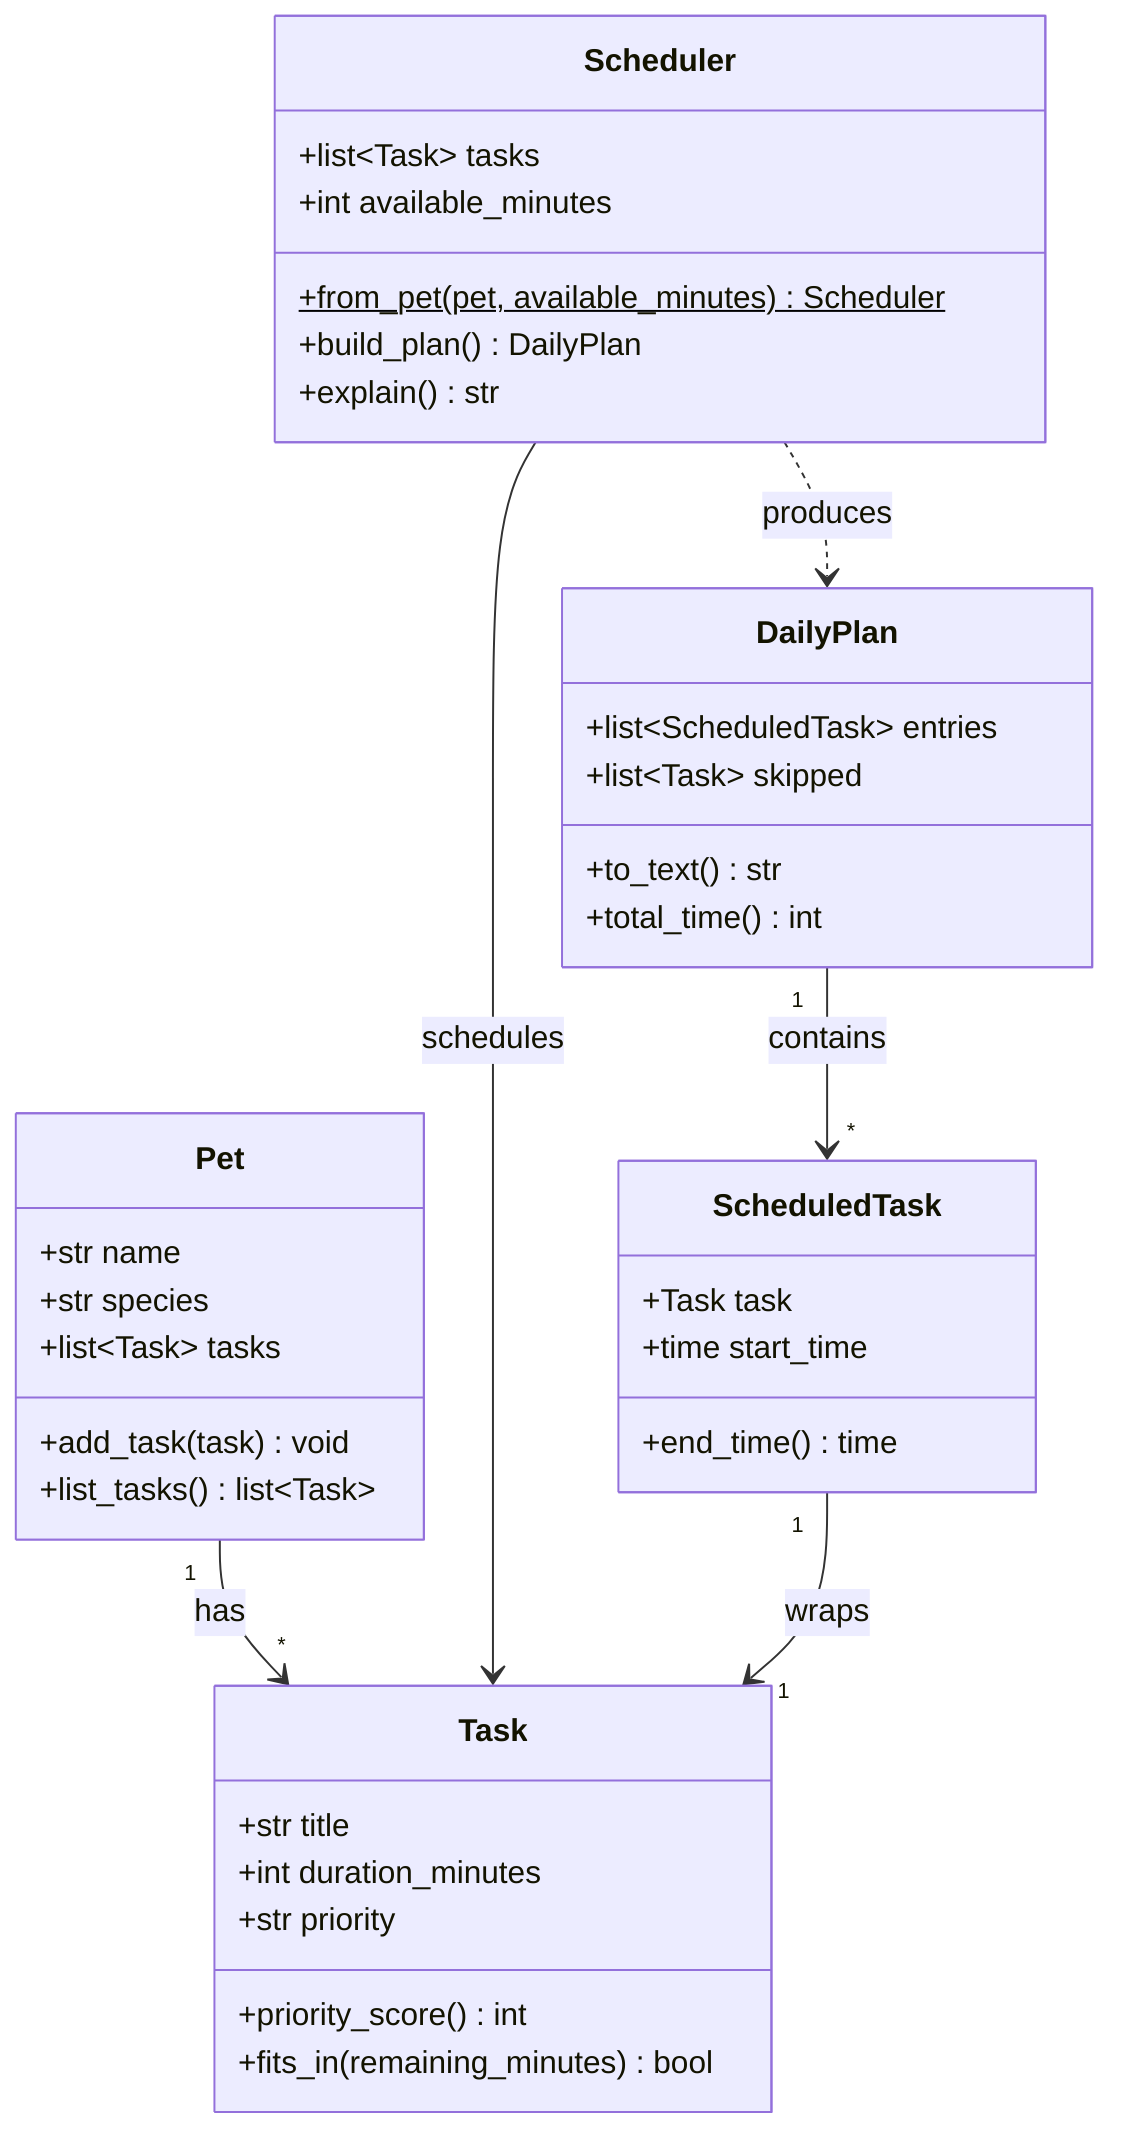
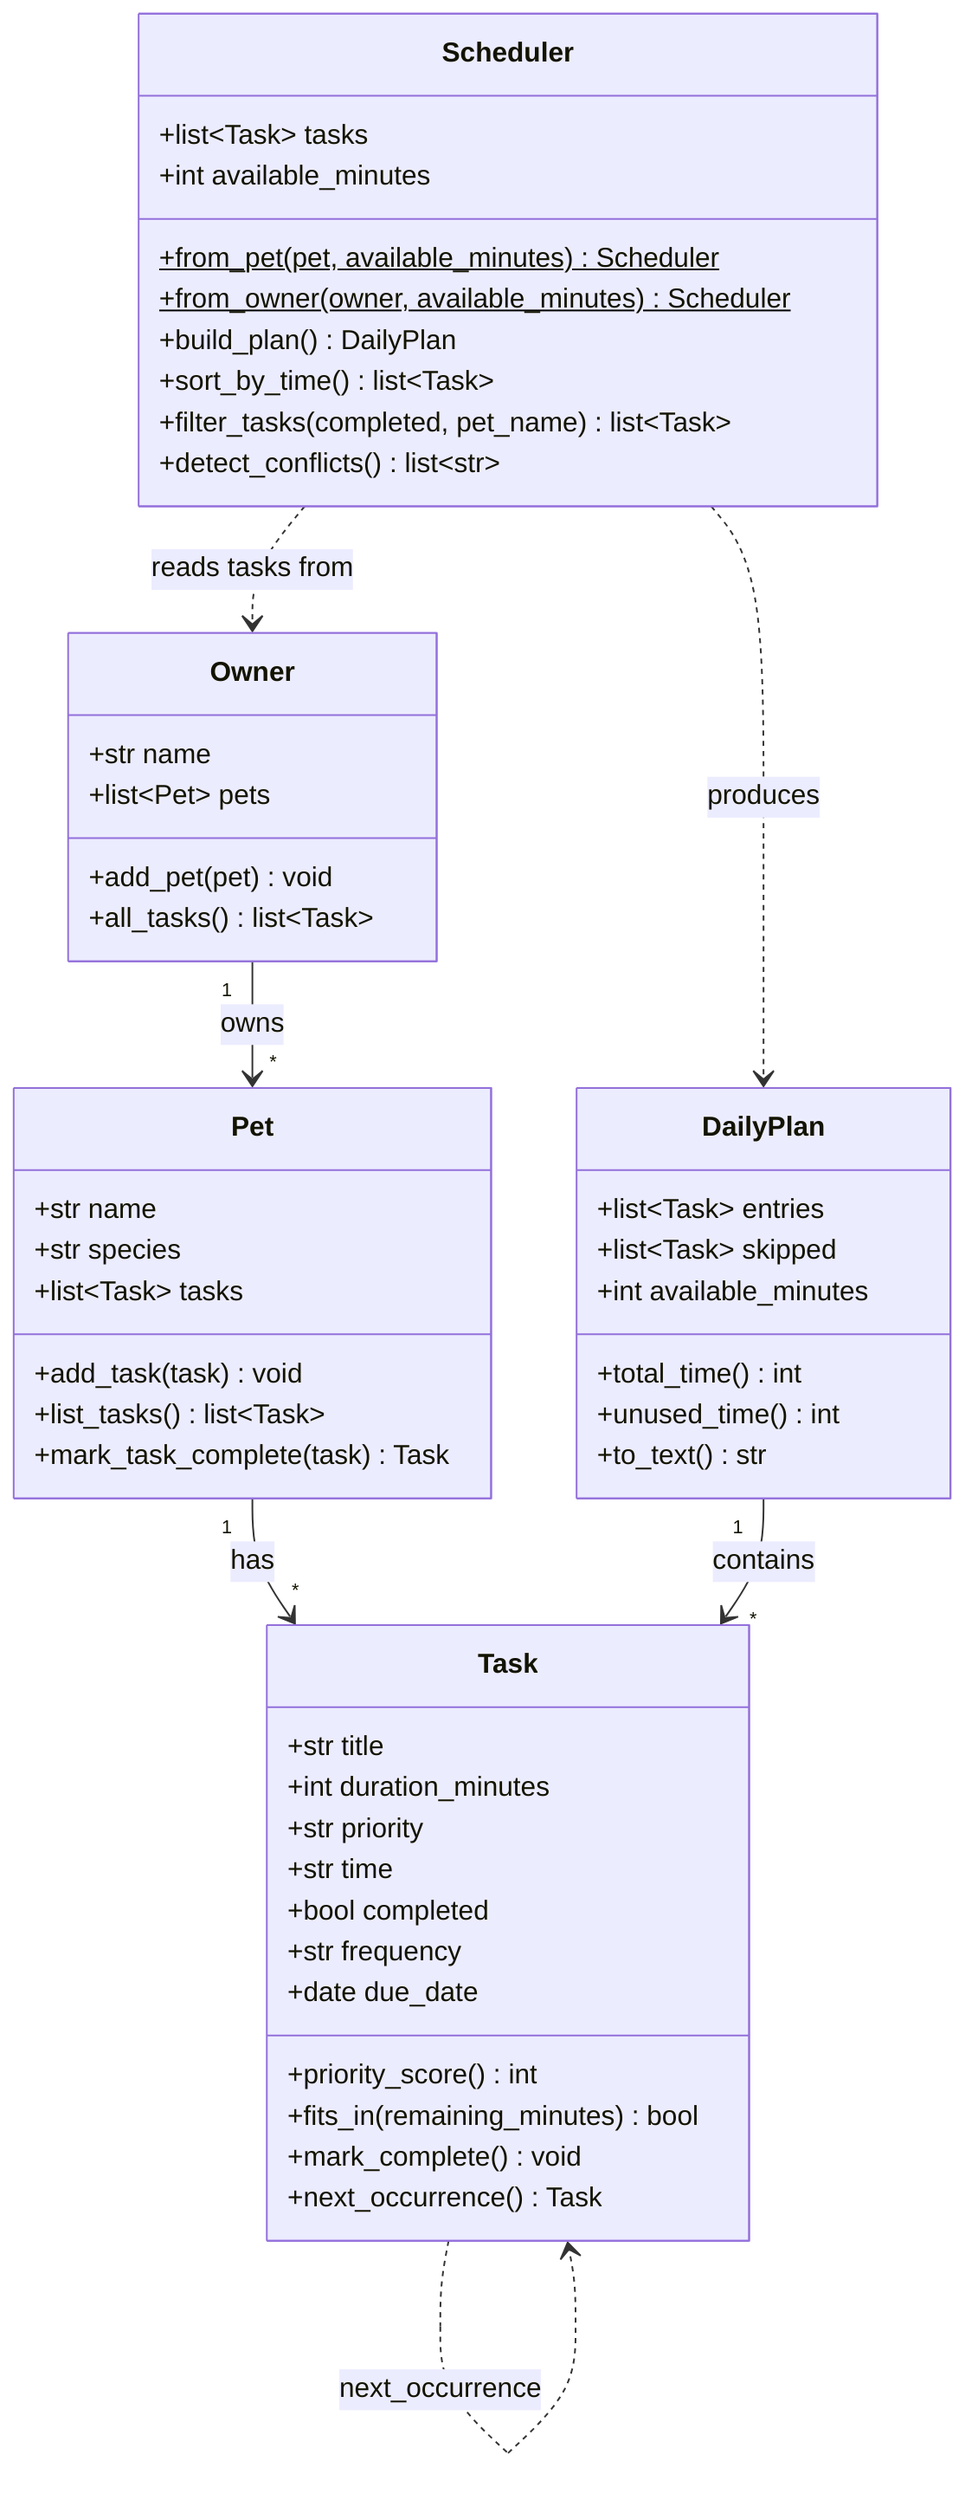
classDiagram
-     %% PawPal+ — pet care planning app (Module 2 draft UML)
+     %% PawPal+ — pet care planning app (final UML)
+ 
+     class Owner {
+         +str name
+         +list~Pet~ pets
+         +add_pet(pet) void
+         +all_tasks() list~Task~
+     }

    class Pet {
        +str name
        +str species
        +list~Task~ tasks
        +add_task(task) void
        +list_tasks() list~Task~
+         +mark_task_complete(task) Task
    }

    class Task {
        +str title
        +int duration_minutes
        +str priority
+         +str time
+         +bool completed
+         +str frequency
+         +date due_date
        +priority_score() int
        +fits_in(remaining_minutes) bool
-     }
- 
-     class ScheduledTask {
-         +Task task
-         +time start_time
-         +end_time() time
+         +mark_complete() void
+         +next_occurrence() Task
    }

    class Scheduler {
        +list~Task~ tasks
        +int available_minutes
        +from_pet(pet, available_minutes) Scheduler$
+         +from_owner(owner, available_minutes) Scheduler$
        +build_plan() DailyPlan
-         +explain() str
+         +sort_by_time() list~Task~
+         +filter_tasks(completed, pet_name) list~Task~
+         +detect_conflicts() list~str~
    }

    class DailyPlan {
-         +list~ScheduledTask~ entries
+         +list~Task~ entries
        +list~Task~ skipped
+         +int available_minutes
+         +total_time() int
+         +unused_time() int
        +to_text() str
-         +total_time() int
    }

+     Owner "1" --> "*" Pet : owns
    Pet "1" --> "*" Task : has
-     Scheduler --> Task : schedules
+     Scheduler ..> Owner : reads tasks from
    Scheduler ..> DailyPlan : produces
-     DailyPlan "1" --> "*" ScheduledTask : contains
-     ScheduledTask "1" --> "1" Task : wraps
+     DailyPlan "1" --> "*" Task : contains
+     Task ..> Task : next_occurrence
